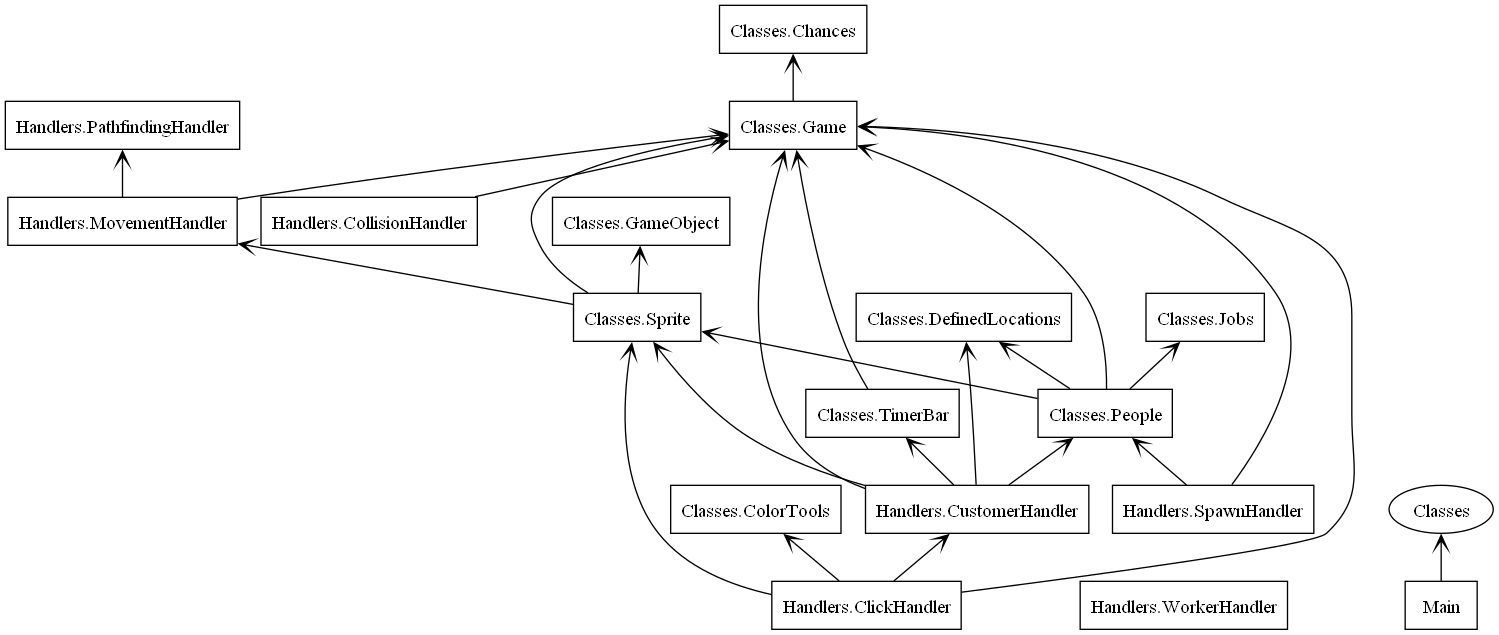
Earlier version of the Graphviz export Utilities/packages.png (AedanM/PoppaPizza). Its source is kept beside it as Utilities/packages.dot.
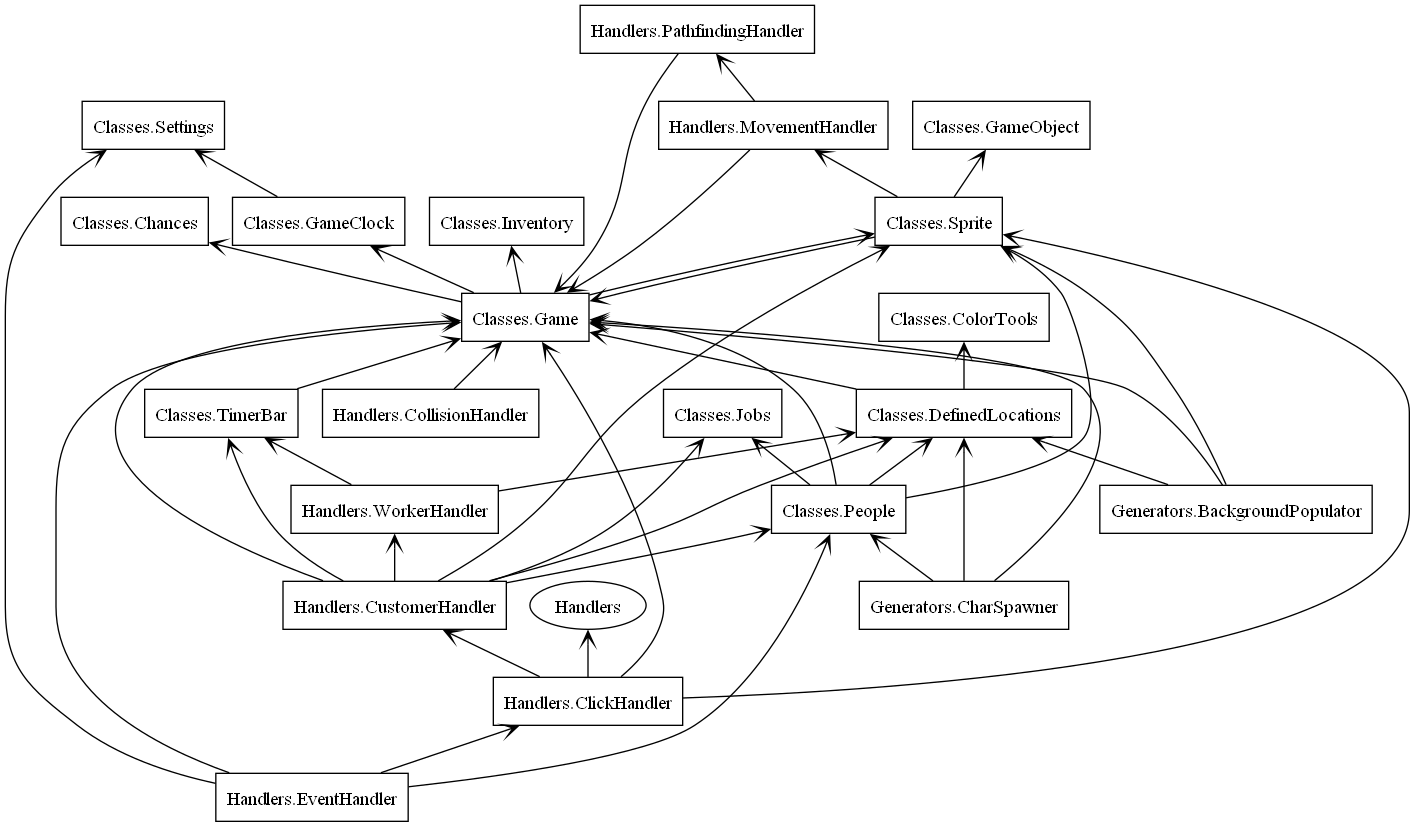
After the change.

What changed in the source:
```diff
@@ -5,20 +5,30 @@
 "Classes.ColorTools" [color="black", label=<Classes.ColorTools>, shape="box", style="solid"];
 "Classes.DefinedLocations" [color="black", label=<Classes.DefinedLocations>, shape="box", style="solid"];
 "Classes.Game" [color="black", label=<Classes.Game>, shape="box", style="solid"];
+"Classes.GameClock" [color="black", label=<Classes.GameClock>, shape="box", style="solid"];
 "Classes.GameObject" [color="black", label=<Classes.GameObject>, shape="box", style="solid"];
+"Classes.Inventory" [color="black", label=<Classes.Inventory>, shape="box", style="solid"];
 "Classes.Jobs" [color="black", label=<Classes.Jobs>, shape="box", style="solid"];
 "Classes.People" [color="black", label=<Classes.People>, shape="box", style="solid"];
+"Classes.Settings" [color="black", label=<Classes.Settings>, shape="box", style="solid"];
 "Classes.Sprite" [color="black", label=<Classes.Sprite>, shape="box", style="solid"];
 "Classes.TimerBar" [color="black", label=<Classes.TimerBar>, shape="box", style="solid"];
+"Generators.BackgroundPopulator" [color="black", label=<Generators.BackgroundPopulator>, shape="box", style="solid"];
+"Generators.CharSpawner" [color="black", label=<Generators.CharSpawner>, shape="box", style="solid"];
 "Handlers.ClickHandler" [color="black", label=<Handlers.ClickHandler>, shape="box", style="solid"];
 "Handlers.CollisionHandler" [color="black", label=<Handlers.CollisionHandler>, shape="box", style="solid"];
 "Handlers.CustomerHandler" [color="black", label=<Handlers.CustomerHandler>, shape="box", style="solid"];
+"Handlers.EventHandler" [color="black", label=<Handlers.EventHandler>, shape="box", style="solid"];
 "Handlers.MovementHandler" [color="black", label=<Handlers.MovementHandler>, shape="box", style="solid"];
 "Handlers.PathfindingHandler" [color="black", label=<Handlers.PathfindingHandler>, shape="box", style="solid"];
-"Handlers.SpawnHandler" [color="black", label=<Handlers.SpawnHandler>, shape="box", style="solid"];
 "Handlers.WorkerHandler" [color="black", label=<Handlers.WorkerHandler>, shape="box", style="solid"];
-"Main" [color="black", label=<Main>, shape="box", style="solid"];
+"Classes.DefinedLocations" -> "Classes.ColorTools" [arrowhead="open", arrowtail="none"];
+"Classes.DefinedLocations" -> "Classes.Game" [arrowhead="open", arrowtail="none"];
 "Classes.Game" -> "Classes.Chances" [arrowhead="open", arrowtail="none"];
+"Classes.Game" -> "Classes.GameClock" [arrowhead="open", arrowtail="none"];
+"Classes.Game" -> "Classes.Inventory" [arrowhead="open", arrowtail="none"];
+"Classes.Game" -> "Classes.Sprite" [arrowhead="open", arrowtail="none"];
+"Classes.GameClock" -> "Classes.Settings" [arrowhead="open", arrowtail="none"];
 "Classes.People" -> "Classes.DefinedLocations" [arrowhead="open", arrowtail="none"];
 "Classes.People" -> "Classes.Game" [arrowhead="open", arrowtail="none"];
 "Classes.People" -> "Classes.Jobs" [arrowhead="open", arrowtail="none"];
@@ -27,19 +37,30 @@
 "Classes.Sprite" -> "Classes.GameObject" [arrowhead="open", arrowtail="none"];
 "Classes.Sprite" -> "Handlers.MovementHandler" [arrowhead="open", arrowtail="none"];
 "Classes.TimerBar" -> "Classes.Game" [arrowhead="open", arrowtail="none"];
-"Handlers.ClickHandler" -> "Classes.ColorTools" [arrowhead="open", arrowtail="none"];
+"Generators.BackgroundPopulator" -> "Classes.DefinedLocations" [arrowhead="open", arrowtail="none"];
+"Generators.BackgroundPopulator" -> "Classes.Game" [arrowhead="open", arrowtail="none"];
+"Generators.BackgroundPopulator" -> "Classes.Sprite" [arrowhead="open", arrowtail="none"];
+"Generators.CharSpawner" -> "Classes.DefinedLocations" [arrowhead="open", arrowtail="none"];
+"Generators.CharSpawner" -> "Classes.Game" [arrowhead="open", arrowtail="none"];
+"Generators.CharSpawner" -> "Classes.People" [arrowhead="open", arrowtail="none"];
 "Handlers.ClickHandler" -> "Classes.Game" [arrowhead="open", arrowtail="none"];
 "Handlers.ClickHandler" -> "Classes.Sprite" [arrowhead="open", arrowtail="none"];
 "Handlers.ClickHandler" -> "Handlers.CustomerHandler" [arrowhead="open", arrowtail="none"];
 "Handlers.CollisionHandler" -> "Classes.Game" [arrowhead="open", arrowtail="none"];
 "Handlers.CustomerHandler" -> "Classes.DefinedLocations" [arrowhead="open", arrowtail="none"];
 "Handlers.CustomerHandler" -> "Classes.Game" [arrowhead="open", arrowtail="none"];
+"Handlers.CustomerHandler" -> "Classes.Jobs" [arrowhead="open", arrowtail="none"];
 "Handlers.CustomerHandler" -> "Classes.People" [arrowhead="open", arrowtail="none"];
 "Handlers.CustomerHandler" -> "Classes.Sprite" [arrowhead="open", arrowtail="none"];
 "Handlers.CustomerHandler" -> "Classes.TimerBar" [arrowhead="open", arrowtail="none"];
+"Handlers.CustomerHandler" -> "Handlers.WorkerHandler" [arrowhead="open", arrowtail="none"];
+"Handlers.EventHandler" -> "Classes.Game" [arrowhead="open", arrowtail="none"];
+"Handlers.EventHandler" -> "Classes.People" [arrowhead="open", arrowtail="none"];
+"Handlers.EventHandler" -> "Classes.Settings" [arrowhead="open", arrowtail="none"];
+"Handlers.EventHandler" -> "Handlers.ClickHandler" [arrowhead="open", arrowtail="none"];
 "Handlers.MovementHandler" -> "Classes.Game" [arrowhead="open", arrowtail="none"];
 "Handlers.MovementHandler" -> "Handlers.PathfindingHandler" [arrowhead="open", arrowtail="none"];
-"Handlers.SpawnHandler" -> "Classes.Game" [arrowhead="open", arrowtail="none"];
-"Handlers.SpawnHandler" -> "Classes.People" [arrowhead="open", arrowtail="none"];
-"Main" -> "Classes" [arrowhead="open", arrowtail="none"];
+"Handlers.PathfindingHandler" -> "Classes.Game" [arrowhead="open", arrowtail="none"];
+"Handlers.WorkerHandler" -> "Classes.DefinedLocations" [arrowhead="open", arrowtail="none"];
+"Handlers.WorkerHandler" -> "Classes.TimerBar" [arrowhead="open", arrowtail="none"];
 }
```
